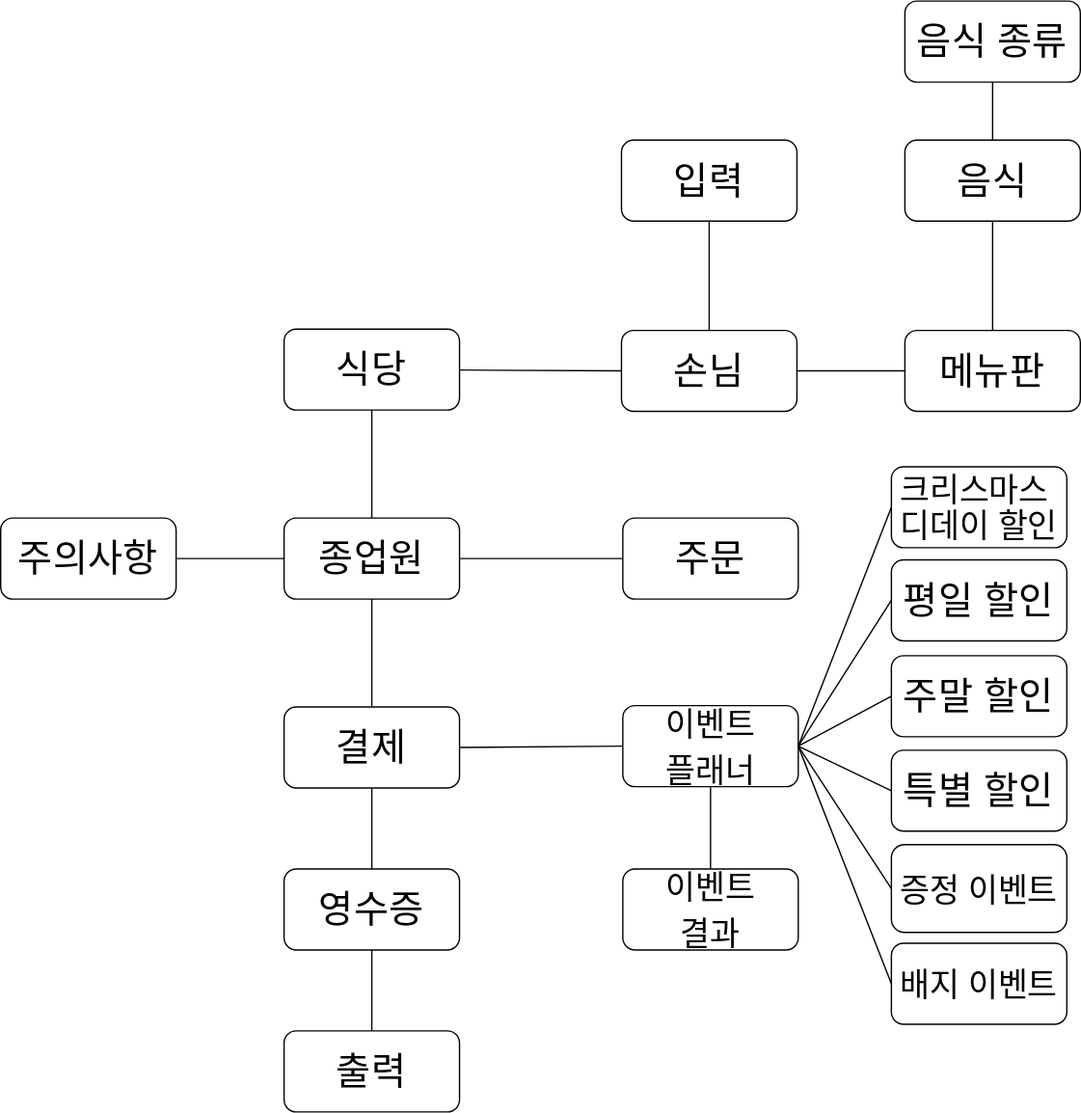
Above: docs/association.svg in kchsoft/java-christmas-6-kchsoft (draw.io), before the change. Source tidied: cells renumbered, new cells last; positions are measured from the earlier drawing's top-left corner, leaving out a move shared by most shapes. Source of this version:
```xml
<mxGraphModel>
  <root>
    <mxCell id="0" />
    <mxCell id="1" parent="0" />
    <mxCell id="2" value="&lt;font style=&quot;font-size: 28px;&quot;&gt;식당&lt;/font&gt;" style="rounded=1;whiteSpace=wrap;html=1;imageWidth=32;imageHeight=32;shadow=0;glass=0;perimeterSpacing=0;strokeWidth=1;fontSize=28;" parent="1" vertex="1">
      <mxGeometry x="210" y="243" width="130" height="60" as="geometry" />
    </mxCell>
    <mxCell id="3" value="&lt;font style=&quot;font-size: 28px;&quot;&gt;손님&lt;/font&gt;" style="rounded=1;whiteSpace=wrap;html=1;imageWidth=32;imageHeight=32;shadow=0;glass=0;perimeterSpacing=0;strokeWidth=1;fontSize=28;" parent="1" vertex="1">
      <mxGeometry x="460" y="244" width="130" height="60" as="geometry" />
    </mxCell>
    <mxCell id="4" style="endArrow=none;html=1;rounded=0;fontSize=20;entryX=0;entryY=0.5;entryDx=0;entryDy=0;" parent="1" edge="1" source="2" target="3">
      <mxGeometry relative="1" as="geometry" />
    </mxCell>
    <mxCell id="5" value="&lt;font style=&quot;font-size: 28px;&quot;&gt;메뉴판&lt;/font&gt;" style="rounded=1;whiteSpace=wrap;html=1;imageWidth=32;imageHeight=32;shadow=0;glass=0;perimeterSpacing=0;strokeWidth=1;fontSize=28;" parent="1" vertex="1">
      <mxGeometry x="670" y="244" width="130" height="60" as="geometry" />
    </mxCell>
    <mxCell id="6" style="endArrow=none;html=1;rounded=0;entryX=0;entryY=0.5;entryDx=0;entryDy=0;fontSize=20;exitX=1;exitY=0.5;exitDx=0;exitDy=0;" parent="1" edge="1" source="3" target="5">
      <mxGeometry relative="1" as="geometry" />
    </mxCell>
    <mxCell id="7" value="&lt;font style=&quot;font-size: 28px;&quot;&gt;음식&lt;/font&gt;" style="rounded=1;whiteSpace=wrap;html=1;imageWidth=32;imageHeight=32;shadow=0;glass=0;perimeterSpacing=0;strokeWidth=1;fontSize=28;" parent="1" vertex="1">
      <mxGeometry x="670" y="103" width="130" height="60" as="geometry" />
    </mxCell>
    <mxCell id="8" style="endArrow=none;html=1;rounded=0;exitX=0.5;exitY=1;exitDx=0;exitDy=0;fontSize=20;entryX=0.5;entryY=0;entryDx=0;entryDy=0;" parent="1" edge="1" source="7" target="5">
      <mxGeometry relative="1" as="geometry" />
    </mxCell>
    <mxCell id="9" value="&lt;font style=&quot;font-size: 28px;&quot;&gt;음식 종류&lt;/font&gt;" style="rounded=1;whiteSpace=wrap;html=1;fontSize=28;" parent="1" vertex="1">
      <mxGeometry x="670" width="130" height="60" as="geometry" />
    </mxCell>
    <mxCell id="10" style="endArrow=none;html=1;rounded=0;exitX=0.5;exitY=1;exitDx=0;exitDy=0;entryX=0.5;entryY=0;entryDx=0;entryDy=0;fontSize=20;" parent="1" edge="1" source="9" target="7">
      <mxGeometry relative="1" as="geometry" />
    </mxCell>
    <mxCell id="11" value="&lt;font style=&quot;font-size: 28px;&quot;&gt;종업원&lt;/font&gt;" style="rounded=1;whiteSpace=wrap;html=1;imageWidth=32;imageHeight=32;shadow=0;glass=0;perimeterSpacing=0;strokeWidth=1;fontSize=28;" parent="1" vertex="1">
      <mxGeometry x="210" y="383" width="130" height="60" as="geometry" />
    </mxCell>
    <mxCell id="12" style="endArrow=none;html=1;rounded=0;exitX=0.5;exitY=1;exitDx=0;exitDy=0;entryX=0.5;entryY=0;entryDx=0;entryDy=0;fontSize=20;" parent="1" edge="1" source="2" target="11">
      <mxGeometry relative="1" as="geometry" />
    </mxCell>
    <mxCell id="13" value="&lt;font style=&quot;font-size: 28px;&quot;&gt;주문&lt;/font&gt;" style="rounded=1;whiteSpace=wrap;html=1;imageWidth=32;imageHeight=32;shadow=0;glass=0;perimeterSpacing=0;strokeWidth=1;fontSize=28;" parent="1" vertex="1">
      <mxGeometry x="461" y="383" width="130" height="60" as="geometry" />
    </mxCell>
    <mxCell id="14" style="endArrow=none;html=1;rounded=0;entryX=0;entryY=0.5;entryDx=0;entryDy=0;exitX=1;exitY=0.5;exitDx=0;exitDy=0;fontSize=20;" parent="1" edge="1" source="11" target="13">
      <mxGeometry relative="1" as="geometry" />
    </mxCell>
    <mxCell id="15" value="&lt;font style=&quot;font-size: 28px;&quot;&gt;주의사항&lt;/font&gt;" style="rounded=1;whiteSpace=wrap;html=1;imageWidth=32;imageHeight=32;shadow=0;glass=0;perimeterSpacing=0;strokeWidth=1;fontSize=28;" parent="1" vertex="1">
      <mxGeometry y="383" width="130" height="60" as="geometry" />
    </mxCell>
    <mxCell id="16" style="endArrow=none;html=1;rounded=0;entryX=0;entryY=0.5;entryDx=0;entryDy=0;exitX=1;exitY=0.5;exitDx=0;exitDy=0;fontSize=20;" parent="1" edge="1" source="15" target="11">
      <mxGeometry relative="1" as="geometry" />
    </mxCell>
    <mxCell id="17" value="&lt;font style=&quot;font-size: 28px;&quot;&gt;결제&lt;/font&gt;" style="rounded=1;whiteSpace=wrap;html=1;imageWidth=32;imageHeight=32;shadow=0;glass=0;perimeterSpacing=0;strokeWidth=1;fontSize=28;" parent="1" vertex="1">
      <mxGeometry x="210" y="523" width="130" height="60" as="geometry" />
    </mxCell>
    <mxCell id="18" style="endArrow=none;html=1;rounded=0;exitX=0.5;exitY=1;exitDx=0;exitDy=0;entryX=0.5;entryY=0;entryDx=0;entryDy=0;fontSize=20;" parent="1" edge="1" source="11" target="17">
      <mxGeometry relative="1" as="geometry" />
    </mxCell>
    <mxCell id="19" style="endArrow=none;html=1;rounded=0;entryX=0;entryY=0.5;entryDx=0;entryDy=0;fontSize=20;exitX=1;exitY=0.5;exitDx=0;exitDy=0;" parent="1" edge="1" source="17" target="20">
      <mxGeometry relative="1" as="geometry" />
    </mxCell>
    <mxCell id="20" value="&lt;font style=&quot;font-size: 24px;&quot;&gt;이벤트&lt;/font&gt;&lt;div style=&quot;&quot;&gt;&lt;font style=&quot;font-size: 24px;&quot;&gt;플래너&lt;/font&gt;&lt;/div&gt;" style="rounded=1;whiteSpace=wrap;html=1;imageWidth=32;imageHeight=32;shadow=0;glass=0;perimeterSpacing=0;strokeWidth=1;fontSize=28;" parent="1" vertex="1">
      <mxGeometry x="461" y="522" width="130" height="60" as="geometry" />
    </mxCell>
    <mxCell id="21" value="&lt;span style=&quot;font-size: 28px;&quot;&gt;평일 할인&lt;/span&gt;" style="rounded=1;whiteSpace=wrap;html=1;imageWidth=32;imageHeight=32;shadow=0;glass=0;perimeterSpacing=0;strokeWidth=1;fontSize=28;" parent="1" vertex="1">
      <mxGeometry x="660" y="414" width="130" height="60" as="geometry" />
    </mxCell>
    <mxCell id="22" value="&lt;span style=&quot;font-size: 28px;&quot;&gt;주말 할인&lt;/span&gt;" style="rounded=1;whiteSpace=wrap;html=1;imageWidth=32;imageHeight=32;shadow=0;glass=0;perimeterSpacing=0;strokeWidth=1;fontSize=28;" parent="1" vertex="1">
      <mxGeometry x="660" y="485" width="130" height="60" as="geometry" />
    </mxCell>
    <mxCell id="23" value="&lt;span style=&quot;font-size: 28px;&quot;&gt;특별 할인&lt;/span&gt;" style="rounded=1;whiteSpace=wrap;html=1;imageWidth=32;imageHeight=32;shadow=0;glass=0;perimeterSpacing=0;strokeWidth=1;fontSize=28;" parent="1" vertex="1">
      <mxGeometry x="660" y="555" width="130" height="60" as="geometry" />
    </mxCell>
    <mxCell id="24" value="&lt;font style=&quot;font-size: 24px;&quot;&gt;증정 이벤트&lt;/font&gt;" style="rounded=1;whiteSpace=wrap;html=1;imageWidth=32;imageHeight=32;shadow=0;glass=0;perimeterSpacing=0;strokeWidth=1;fontSize=28;" parent="1" vertex="1">
      <mxGeometry x="660" y="625" width="130" height="65" as="geometry" />
    </mxCell>
    <mxCell id="25" value="&lt;font style=&quot;font-size: 24px;&quot;&gt;배지 이벤트&lt;/font&gt;" style="rounded=1;whiteSpace=wrap;html=1;imageWidth=32;imageHeight=32;shadow=0;glass=0;perimeterSpacing=0;strokeWidth=1;fontSize=28;" parent="1" vertex="1">
      <mxGeometry x="660" y="698" width="130" height="60" as="geometry" />
    </mxCell>
    <mxCell id="26" style="endArrow=none;html=1;rounded=0;exitX=1;exitY=0.5;exitDx=0;exitDy=0;entryX=0;entryY=0.5;entryDx=0;entryDy=0;fontSize=20;" parent="1" edge="1" source="20" target="21">
      <mxGeometry relative="1" as="geometry" />
    </mxCell>
    <mxCell id="27" style="endArrow=none;html=1;rounded=0;exitX=1;exitY=0.5;exitDx=0;exitDy=0;entryX=0;entryY=0.5;entryDx=0;entryDy=0;fontSize=20;" parent="1" edge="1" source="20" target="22">
      <mxGeometry relative="1" as="geometry" />
    </mxCell>
    <mxCell id="28" style="endArrow=none;html=1;rounded=0;exitX=1;exitY=0.5;exitDx=0;exitDy=0;entryX=0;entryY=0.5;entryDx=0;entryDy=0;fontSize=20;" parent="1" edge="1" source="20" target="23">
      <mxGeometry relative="1" as="geometry" />
    </mxCell>
    <mxCell id="29" value="&lt;span style=&quot;font-size: 28px;&quot;&gt;영수증&lt;/span&gt;" style="rounded=1;whiteSpace=wrap;html=1;imageWidth=32;imageHeight=32;shadow=0;glass=0;perimeterSpacing=0;strokeWidth=1;fontSize=28;" parent="1" vertex="1">
      <mxGeometry x="210" y="643" width="130" height="60" as="geometry" />
    </mxCell>
    <mxCell id="30" style="endArrow=none;html=1;rounded=0;exitX=0.5;exitY=1;exitDx=0;exitDy=0;fontSize=20;entryX=0.5;entryY=0;entryDx=0;entryDy=0;" parent="1" edge="1" source="17" target="29">
      <mxGeometry relative="1" as="geometry" />
    </mxCell>
    <mxCell id="31" value="&lt;font style=&quot;font-size: 28px;&quot;&gt;입력&lt;/font&gt;" style="rounded=1;whiteSpace=wrap;html=1;imageWidth=32;imageHeight=32;shadow=0;glass=0;perimeterSpacing=0;strokeWidth=1;fontSize=28;" parent="1" vertex="1">
      <mxGeometry x="460" y="103" width="130" height="60" as="geometry" />
    </mxCell>
    <mxCell id="32" style="endArrow=none;html=1;rounded=0;exitX=0.5;exitY=1;exitDx=0;exitDy=0;entryX=0.5;entryY=0;entryDx=0;entryDy=0;fontSize=20;" parent="1" edge="1" source="31" target="3">
      <mxGeometry relative="1" as="geometry" />
    </mxCell>
    <mxCell id="33" value="&lt;font style=&quot;font-size: 28px;&quot;&gt;출력&lt;/font&gt;" style="rounded=1;whiteSpace=wrap;html=1;imageWidth=32;imageHeight=32;shadow=0;glass=0;perimeterSpacing=0;strokeWidth=1;fontSize=28;" parent="1" vertex="1">
      <mxGeometry x="210" y="763" width="130" height="60" as="geometry" />
    </mxCell>
    <mxCell id="34" style="endArrow=none;html=1;rounded=0;exitX=0.5;exitY=1;exitDx=0;exitDy=0;entryX=0.5;entryY=0;entryDx=0;entryDy=0;fontSize=20;" parent="1" edge="1" source="29" target="33">
      <mxGeometry relative="1" as="geometry" />
    </mxCell>
    <mxCell id="35" style="endArrow=none;html=1;rounded=0;exitX=1;exitY=0.5;exitDx=0;exitDy=0;entryX=0;entryY=0.5;entryDx=0;entryDy=0;fontSize=20;" parent="1" edge="1" source="20" target="24">
      <mxGeometry relative="1" as="geometry" />
    </mxCell>
    <mxCell id="36" style="endArrow=none;html=1;rounded=0;exitX=1;exitY=0.5;exitDx=0;exitDy=0;entryX=0;entryY=0.5;entryDx=0;entryDy=0;fontSize=20;" parent="1" edge="1" source="20" target="25">
      <mxGeometry relative="1" as="geometry" />
    </mxCell>
    <mxCell id="37" value="&lt;p style=&quot;line-height: 90%;&quot;&gt;&lt;font style=&quot;font-size: 24px;&quot;&gt;크리스마스&amp;nbsp; &lt;/font&gt;&lt;span style=&quot;background-color: initial; font-size: 24px;&quot;&gt;디데이 할인&lt;/span&gt;&lt;/p&gt;" style="rounded=1;whiteSpace=wrap;html=1;imageWidth=32;imageHeight=32;shadow=0;glass=0;perimeterSpacing=0;strokeWidth=1;fontSize=28;" parent="1" vertex="1">
      <mxGeometry x="660" y="345" width="130" height="60" as="geometry" />
    </mxCell>
    <mxCell id="38" style="endArrow=none;html=1;rounded=0;exitX=1;exitY=0.5;exitDx=0;exitDy=0;entryX=0;entryY=0.5;entryDx=0;entryDy=0;fontSize=20;" parent="1" edge="1" source="20" target="37">
      <mxGeometry relative="1" as="geometry" />
    </mxCell>
    <mxCell id="39" value="&lt;font style=&quot;font-size: 24px;&quot;&gt;이벤트&lt;/font&gt;&lt;div&gt;&lt;span style=&quot;font-size: 24px;&quot;&gt;결과&lt;/span&gt;&lt;/div&gt;" style="rounded=1;whiteSpace=wrap;html=1;imageWidth=32;imageHeight=32;shadow=0;glass=0;perimeterSpacing=0;strokeWidth=1;fontSize=28;" parent="1" vertex="1">
      <mxGeometry x="461" y="643" width="130" height="60" as="geometry" />
    </mxCell>
    <mxCell id="40" style="endArrow=none;html=1;rounded=0;exitX=0.5;exitY=1;exitDx=0;exitDy=0;fontSize=20;entryX=0.5;entryY=0;entryDx=0;entryDy=0;" parent="1" edge="1" source="20" target="39">
      <mxGeometry relative="1" as="geometry" />
    </mxCell>
  </root>
</mxGraphModel>
```
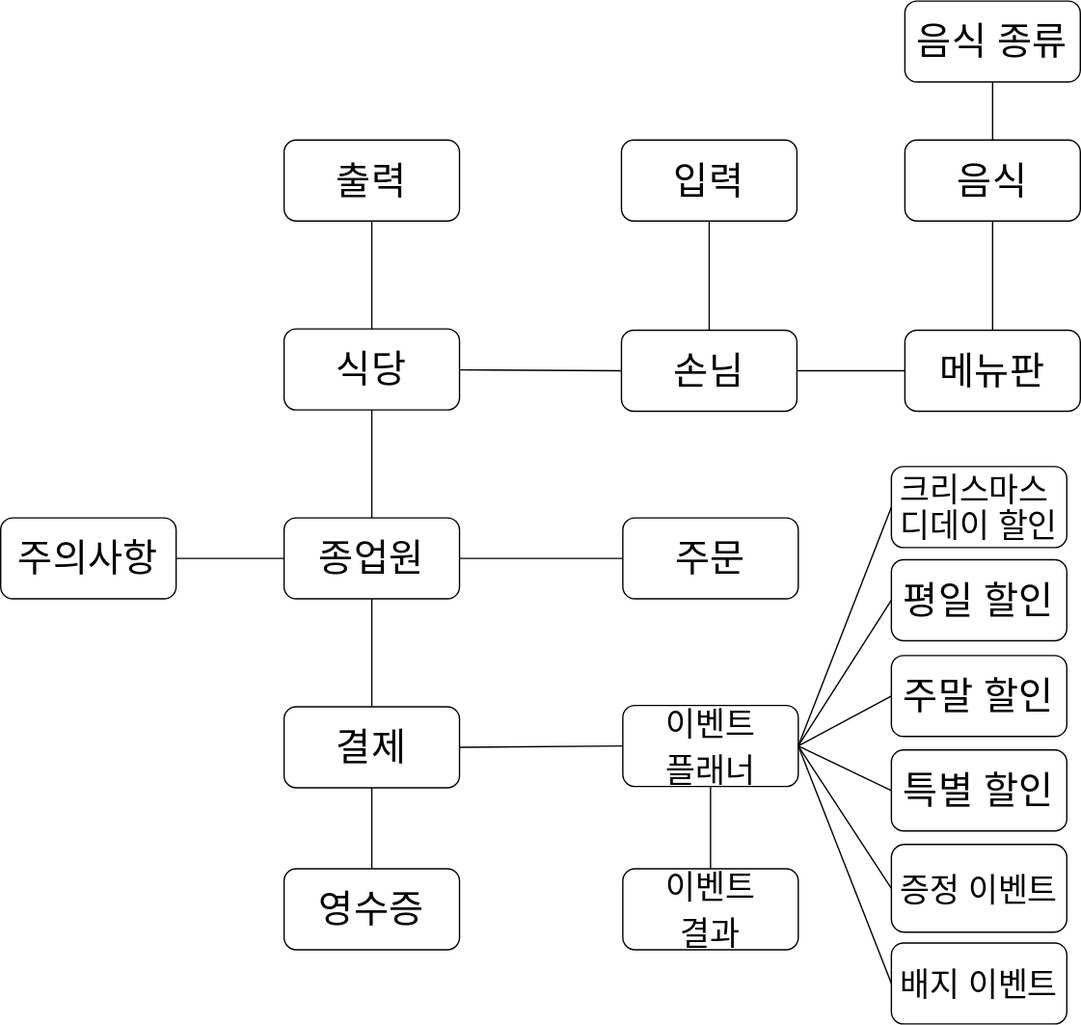
The same diagram one commit later.

Change to the diagram source:
```diff
@@ -95,12 +95,6 @@
     <mxCell id="32" style="endArrow=none;html=1;rounded=0;exitX=0.5;exitY=1;exitDx=0;exitDy=0;entryX=0.5;entryY=0;entryDx=0;entryDy=0;fontSize=20;" parent="1" edge="1" source="31" target="3">
       <mxGeometry relative="1" as="geometry" />
     </mxCell>
-    <mxCell id="33" value="&lt;font style=&quot;font-size: 28px;&quot;&gt;출력&lt;/font&gt;" style="rounded=1;whiteSpace=wrap;html=1;imageWidth=32;imageHeight=32;shadow=0;glass=0;perimeterSpacing=0;strokeWidth=1;fontSize=28;" parent="1" vertex="1">
-      <mxGeometry x="210" y="763" width="130" height="60" as="geometry" />
-    </mxCell>
-    <mxCell id="34" style="endArrow=none;html=1;rounded=0;exitX=0.5;exitY=1;exitDx=0;exitDy=0;entryX=0.5;entryY=0;entryDx=0;entryDy=0;fontSize=20;" parent="1" edge="1" source="29" target="33">
-      <mxGeometry relative="1" as="geometry" />
-    </mxCell>
     <mxCell id="35" style="endArrow=none;html=1;rounded=0;exitX=1;exitY=0.5;exitDx=0;exitDy=0;entryX=0;entryY=0.5;entryDx=0;entryDy=0;fontSize=20;" parent="1" edge="1" source="20" target="24">
       <mxGeometry relative="1" as="geometry" />
     </mxCell>
@@ -119,5 +113,11 @@
     <mxCell id="40" style="endArrow=none;html=1;rounded=0;exitX=0.5;exitY=1;exitDx=0;exitDy=0;fontSize=20;entryX=0.5;entryY=0;entryDx=0;entryDy=0;" parent="1" edge="1" source="20" target="39">
       <mxGeometry relative="1" as="geometry" />
     </mxCell>
+    <mxCell id="33" value="&lt;font style=&quot;font-size: 28px;&quot;&gt;출력&lt;/font&gt;" style="rounded=1;whiteSpace=wrap;html=1;imageWidth=32;imageHeight=32;shadow=0;glass=0;perimeterSpacing=0;strokeWidth=1;fontSize=28;" parent="1" vertex="1">
+      <mxGeometry x="210" y="103" width="130" height="60" as="geometry" />
+    </mxCell>
+    <mxCell id="41" style="endArrow=none;html=1;rounded=0;exitX=0.5;exitY=1;exitDx=0;exitDy=0;entryX=0.5;entryY=0;entryDx=0;entryDy=0;fontSize=20;" parent="1" edge="1" source="33" target="2">
+      <mxGeometry relative="1" as="geometry" />
+    </mxCell>
   </root>
 </mxGraphModel>
```
